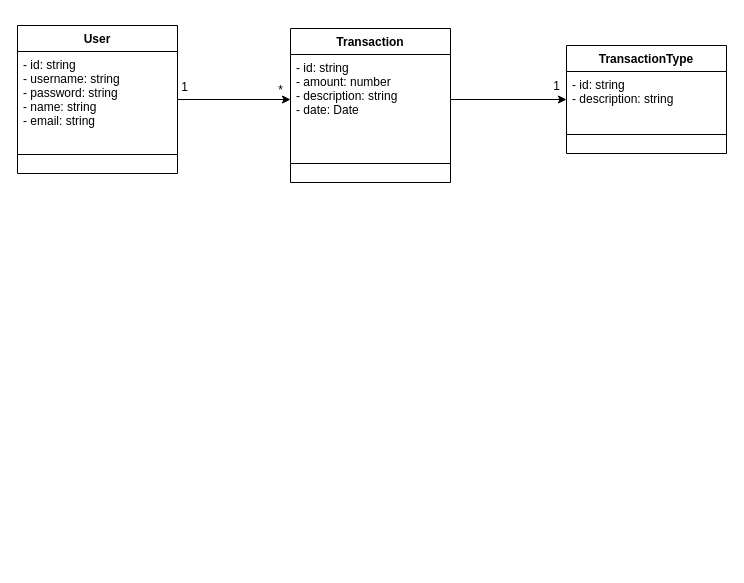
This is page "Entities" (2 of 2) of budget-app.drawio from acastillo9/budget, a draw.io file, before an edit. Source tidied: cells renumbered, new cells numbered last; positions are measured from the earlier drawing's top-left corner, leaving out a move shared by most shapes. Both pictures are drawn from the tidied source at 100%, with x=0, y=0 at pixel (17, 25).
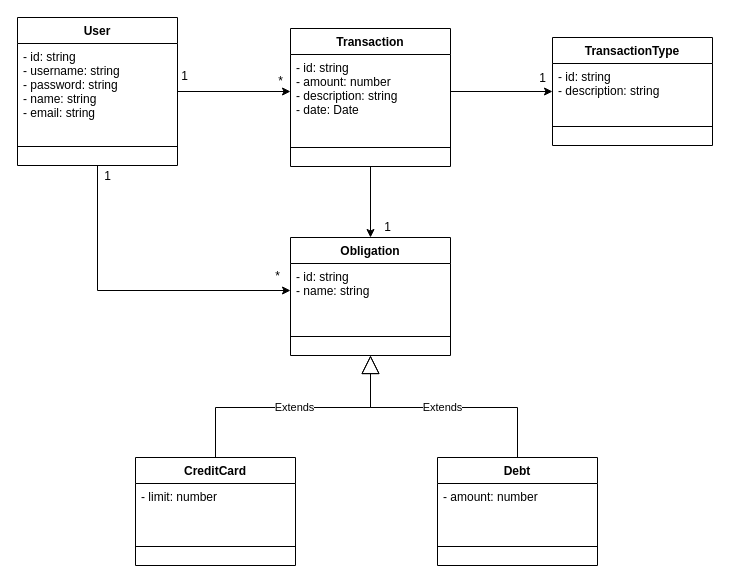
Above is the later version.

The edit, as a diff of the source:
```diff
@@
+    <mxCell id="16" style="edgeStyle=orthogonalEdgeStyle;rounded=0;jettySize=auto;html=1;exitX=0.5;exitY=1;exitDx=0;exitDy=0;" parent="1" edge="1" source="2" target="18">
+      <mxGeometry relative="1" as="geometry" />
+    </mxCell>
     <mxCell id="2" value="Transaction" style="swimlane;fontStyle=1;align=center;verticalAlign=top;horizontal=1;startSize=26;" parent="1" vertex="1">
-      <mxGeometry x="273" y="3" width="160" height="154" as="geometry" />
+      <mxGeometry x="273" y="3" width="160" height="138" as="geometry" />
     </mxCell>
     <mxCell id="3" value="- id: string&#10;- amount: number&#10;- description: string&#10;- date: Date" style="text;strokeColor=none;fillColor=none;align=left;verticalAlign=top;spacingLeft=4;spacingRight=4;overflow=hidden;points=[[0,0.5],[1,0.5]];portConstraint=eastwest;" parent="2" vertex="1">
-      <mxGeometry y="26" width="160" height="90" as="geometry" />
+      <mxGeometry y="26" width="160" height="74" as="geometry" />
     </mxCell>
     <mxCell id="4" style="line;strokeWidth=1;fillColor=none;align=left;verticalAlign=middle;spacingTop=-1;spacingLeft=3;spacingRight=3;labelPosition=right;" parent="2" vertex="1">
-      <mxGeometry y="116" width="160" height="38" as="geometry" />
+      <mxGeometry y="100" width="160" height="38" as="geometry" />
     </mxCell>
@@
+    <mxCell id="17" style="edgeStyle=orthogonalEdgeStyle;rounded=0;jettySize=auto;html=1;entryX=0;entryY=0.5;entryDx=0;entryDy=0;" parent="1" edge="1" source="6" target="19">
+      <mxGeometry relative="1" as="geometry" />
+    </mxCell>
     <mxCell id="6" value="User" style="swimlane;fontStyle=1;align=center;verticalAlign=top;horizontal=1;startSize=26;" parent="1" vertex="1">
-      <mxGeometry width="160" height="148" as="geometry" />
+      <mxGeometry y="-8" width="160" height="148" as="geometry" />
     </mxCell>
@@
     <mxCell id="9" value="*" style="text;html=1;align=center;verticalAlign=middle;strokeColor=none;fillColor=none;" parent="1" vertex="1">
-      <mxGeometry x="248" y="50" width="30" height="30" as="geometry" />
+      <mxGeometry x="248" y="41" width="30" height="30" as="geometry" />
     </mxCell>
     <mxCell id="10" value="1" style="text;html=1;align=center;verticalAlign=middle;strokeColor=none;fillColor=none;" parent="1" vertex="1">
-      <mxGeometry x="152" y="47" width="30" height="30" as="geometry" />
+      <mxGeometry x="152" y="36" width="30" height="30" as="geometry" />
     </mxCell>
     <mxCell id="11" value="TransactionType" style="swimlane;fontStyle=1;align=center;verticalAlign=top;horizontal=1;startSize=26;" parent="1" vertex="1">
-      <mxGeometry x="549" y="20" width="160" height="108" as="geometry" />
+      <mxGeometry x="535" y="12" width="160" height="108" as="geometry" />
     </mxCell>
@@
     <mxCell id="15" value="1" style="text;html=1;align=center;verticalAlign=middle;strokeColor=none;fillColor=none;" parent="1" vertex="1">
-      <mxGeometry x="524" y="46" width="30" height="30" as="geometry" />
+      <mxGeometry x="510" y="38" width="30" height="30" as="geometry" />
     </mxCell>
+    <mxCell id="18" value="Obligation" style="swimlane;fontStyle=1;align=center;verticalAlign=top;horizontal=1;startSize=26;" parent="1" vertex="1">
+      <mxGeometry x="273" y="212" width="160" height="118" as="geometry" />
+    </mxCell>
+    <mxCell id="19" value="- id: string&#10;- name: string" style="text;strokeColor=none;fillColor=none;align=left;verticalAlign=top;spacingLeft=4;spacingRight=4;overflow=hidden;points=[[0,0.5],[1,0.5]];portConstraint=eastwest;" parent="18" vertex="1">
+      <mxGeometry y="26" width="160" height="54" as="geometry" />
+    </mxCell>
+    <mxCell id="20" style="line;strokeWidth=1;fillColor=none;align=left;verticalAlign=middle;spacingTop=-1;spacingLeft=3;spacingRight=3;labelPosition=right;" parent="18" vertex="1">
+      <mxGeometry y="80" width="160" height="38" as="geometry" />
+    </mxCell>
+    <mxCell id="21" value="1" style="text;html=1;align=center;verticalAlign=middle;strokeColor=none;fillColor=none;" parent="1" vertex="1">
+      <mxGeometry x="355" y="187" width="30" height="30" as="geometry" />
+    </mxCell>
+    <mxCell id="22" value="CreditCard" style="swimlane;fontStyle=1;align=center;verticalAlign=top;horizontal=1;startSize=26;" parent="1" vertex="1">
+      <mxGeometry x="118" y="432" width="160" height="108" as="geometry" />
+    </mxCell>
+    <mxCell id="23" value="- limit: number" style="text;strokeColor=none;fillColor=none;align=left;verticalAlign=top;spacingLeft=4;spacingRight=4;overflow=hidden;" parent="22" vertex="1">
+      <mxGeometry y="26" width="160" height="44" as="geometry" />
+    </mxCell>
+    <mxCell id="24" style="line;strokeWidth=1;fillColor=none;align=left;verticalAlign=middle;spacingTop=-1;spacingLeft=3;spacingRight=3;labelPosition=right;" parent="22" vertex="1">
+      <mxGeometry y="70" width="160" height="38" as="geometry" />
+    </mxCell>
+    <mxCell id="25" value="Extends" style="endArrow=block;endSize=16;endFill=0;html=1;rounded=0;entryX=0.5;entryY=1;entryDx=0;entryDy=0;exitX=0.5;exitY=0;exitDx=0;exitDy=0;" parent="1" edge="1" target="18">
+      <mxGeometry relative="1" as="geometry">
+        <mxPoint x="198" y="432" as="sourcePoint" />
+        <Array as="points">
+          <mxPoint x="198" y="382" />
+          <mxPoint x="353" y="382" />
+        </Array>
+      </mxGeometry>
+    </mxCell>
+    <mxCell id="26" value="Debt" style="swimlane;fontStyle=1;align=center;verticalAlign=top;horizontal=1;startSize=26;" parent="1" vertex="1">
+      <mxGeometry x="420" y="432" width="160" height="108" as="geometry" />
+    </mxCell>
+    <mxCell id="27" value="- amount: number" style="text;strokeColor=none;fillColor=none;align=left;verticalAlign=top;spacingLeft=4;spacingRight=4;overflow=hidden;" parent="26" vertex="1">
+      <mxGeometry y="26" width="160" height="44" as="geometry" />
+    </mxCell>
+    <mxCell id="28" style="line;strokeWidth=1;fillColor=none;align=left;verticalAlign=middle;spacingTop=-1;spacingLeft=3;spacingRight=3;labelPosition=right;" parent="26" vertex="1">
+      <mxGeometry y="70" width="160" height="38" as="geometry" />
+    </mxCell>
+    <mxCell id="29" value="Extends" style="endArrow=block;endSize=16;endFill=0;html=1;rounded=0;entryX=0.5;entryY=1;entryDx=0;entryDy=0;exitX=0.5;exitY=0;exitDx=0;exitDy=0;" parent="1" edge="1" source="26" target="18">
+      <mxGeometry relative="1" as="geometry">
+        <Array as="points">
+          <mxPoint x="500" y="382" />
+          <mxPoint x="353" y="382" />
+        </Array>
+      </mxGeometry>
+    </mxCell>
+    <mxCell id="30" value="*" style="text;html=1;align=center;verticalAlign=middle;strokeColor=none;fillColor=none;" parent="1" vertex="1">
+      <mxGeometry x="245" y="236" width="30" height="30" as="geometry" />
+    </mxCell>
+    <mxCell id="31" value="1" style="text;html=1;align=center;verticalAlign=middle;strokeColor=none;fillColor=none;" parent="1" vertex="1">
+      <mxGeometry x="75" y="136" width="30" height="30" as="geometry" />
+    </mxCell>
```
